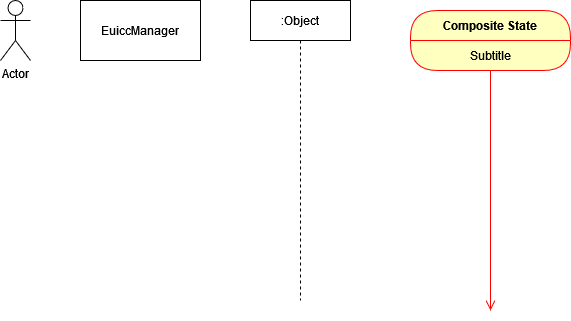
The draw.io diagram AddContactToFdnList.drawio.png in Bkingreturn/PicGallery, before a commit. Source tidied: cells renumbered, new cells last; positions are measured from the earlier drawing's top-left corner, leaving out a move shared by most shapes.
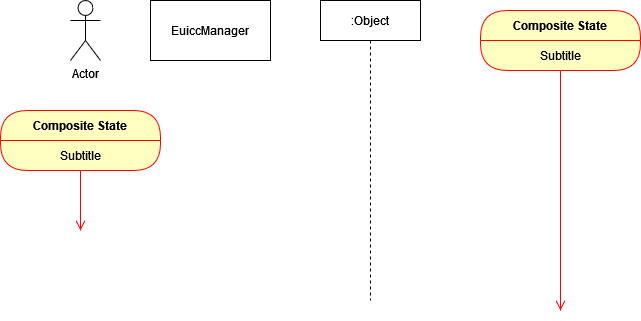
After the commit.

Change to the diagram source:
```diff
@@ -22,5 +22,16 @@
     <mxCell id="7" value="Actor" style="shape=umlActor;verticalLabelPosition=bottom;verticalAlign=top;html=1;" parent="1" vertex="1">
       <mxGeometry width="30" height="60" as="geometry" />
     </mxCell>
+    <mxCell id="8" value="Composite State" style="swimlane;fontStyle=1;align=center;verticalAlign=middle;horizontal=1;startSize=30;fontColor=#000000;rounded=1;arcSize=30;strokeColor=#ff0000;fillColor=#ffffc0;swimlaneFillColor=#ffffc0;" parent="1" vertex="1">
+      <mxGeometry x="-70" y="110" width="160" height="60" as="geometry" />
+    </mxCell>
+    <mxCell id="9" value="Subtitle" style="text;html=1;strokeColor=none;fillColor=none;align=center;verticalAlign=middle;spacingLeft=4;spacingRight=4;whiteSpace=wrap;overflow=hidden;fontColor=#000000;" parent="8" vertex="1">
+      <mxGeometry y="30" width="160" height="30" as="geometry" />
+    </mxCell>
+    <mxCell id="10" style="edgeStyle=orthogonalEdgeStyle;html=1;verticalAlign=bottom;endArrow=open;endSize=8;strokeColor=#ff0000;rounded=0;" parent="1" edge="1" source="8">
+      <mxGeometry relative="1" as="geometry">
+        <mxPoint x="10" y="230" as="targetPoint" />
+      </mxGeometry>
+    </mxCell>
   </root>
 </mxGraphModel>
```
